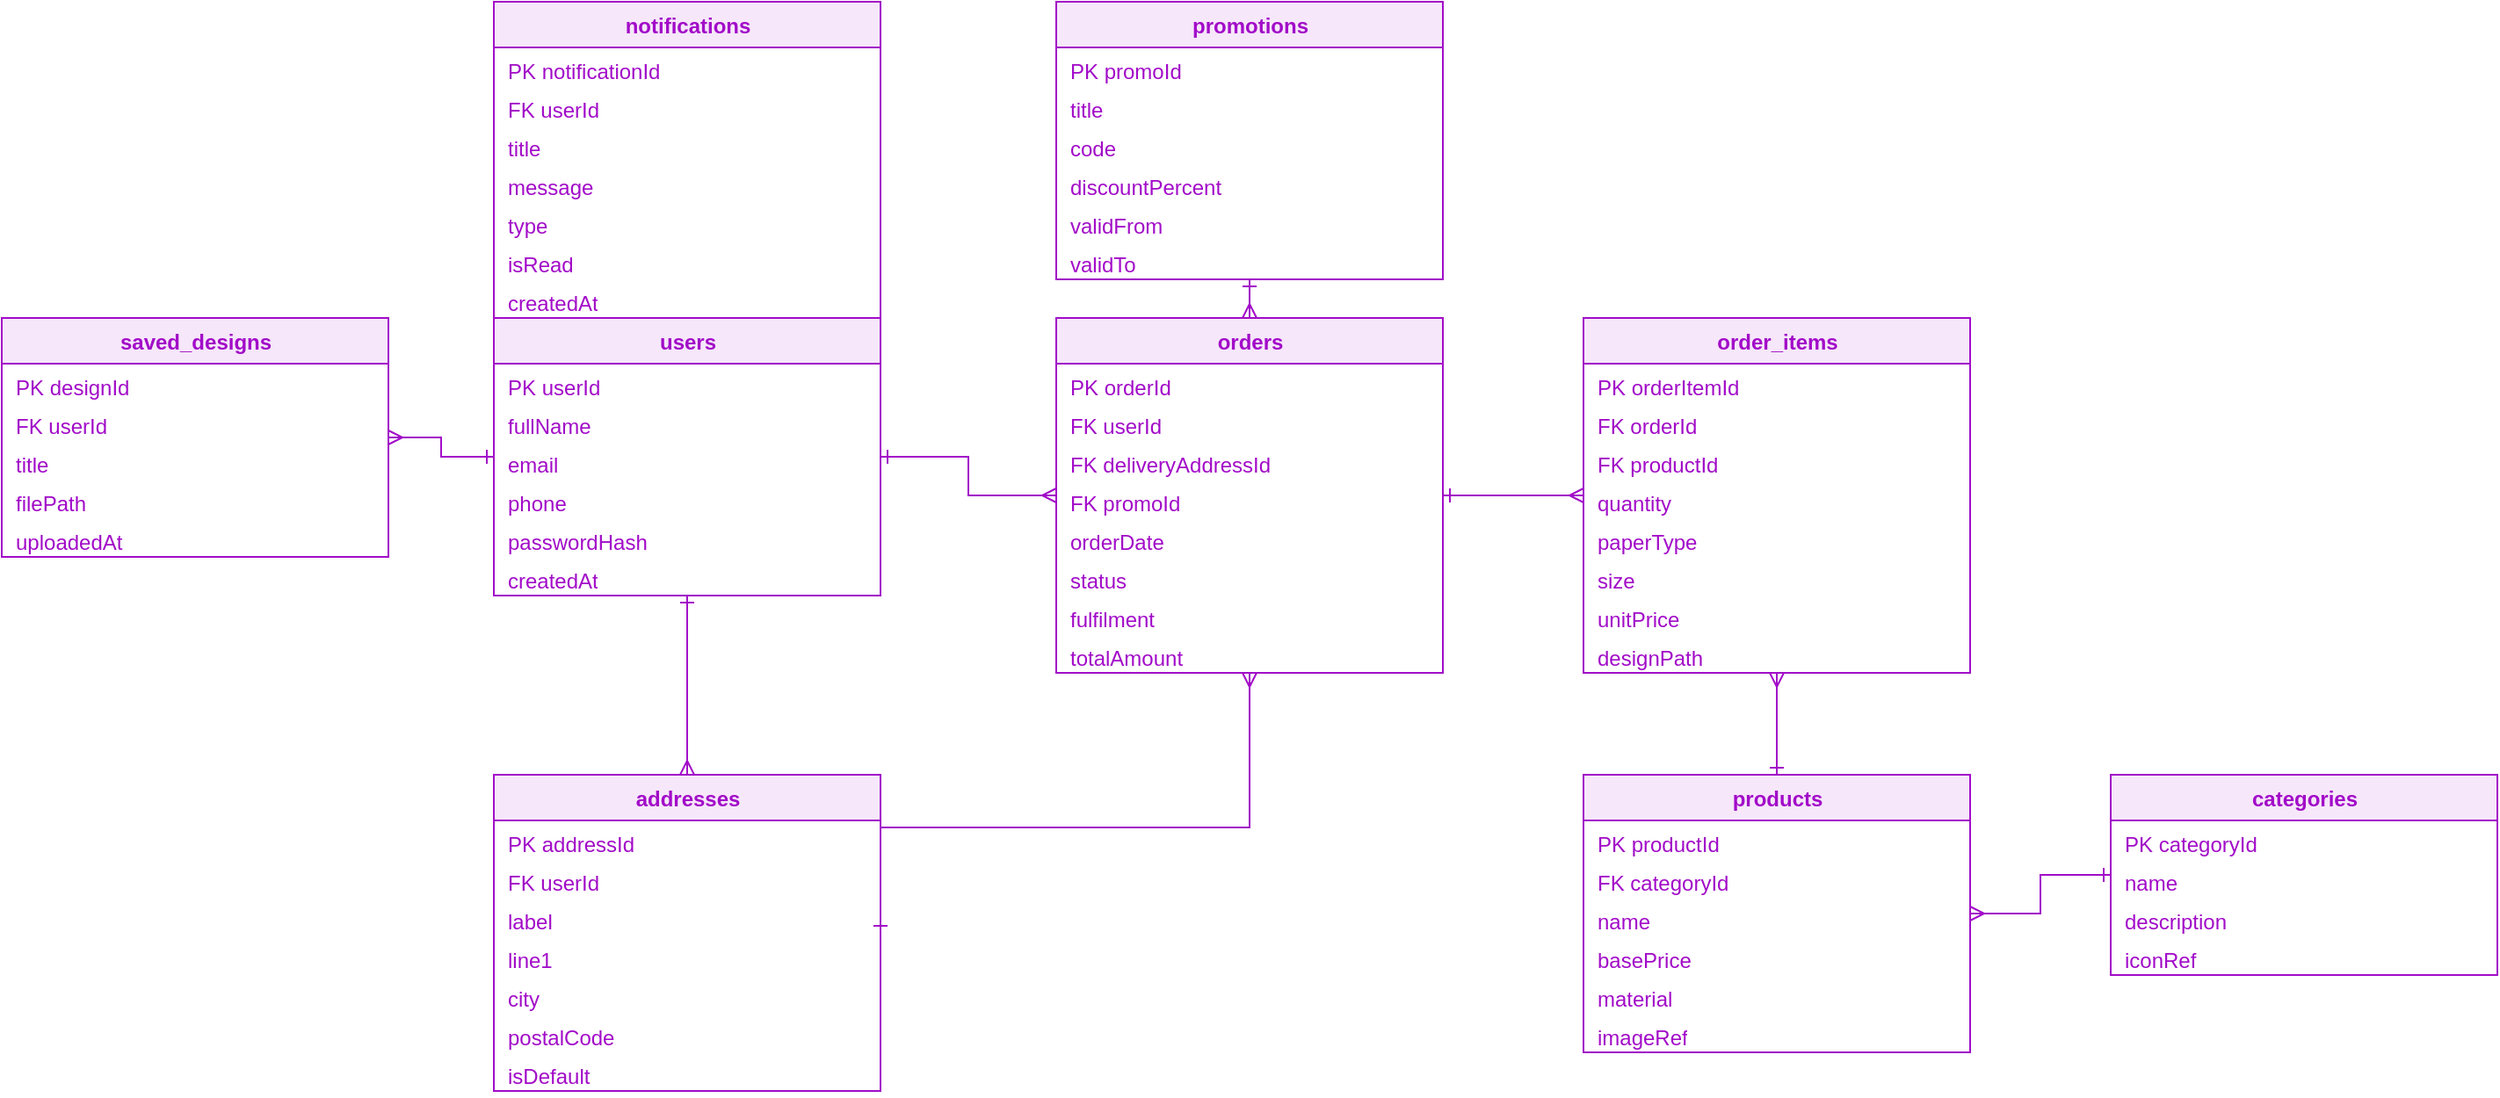
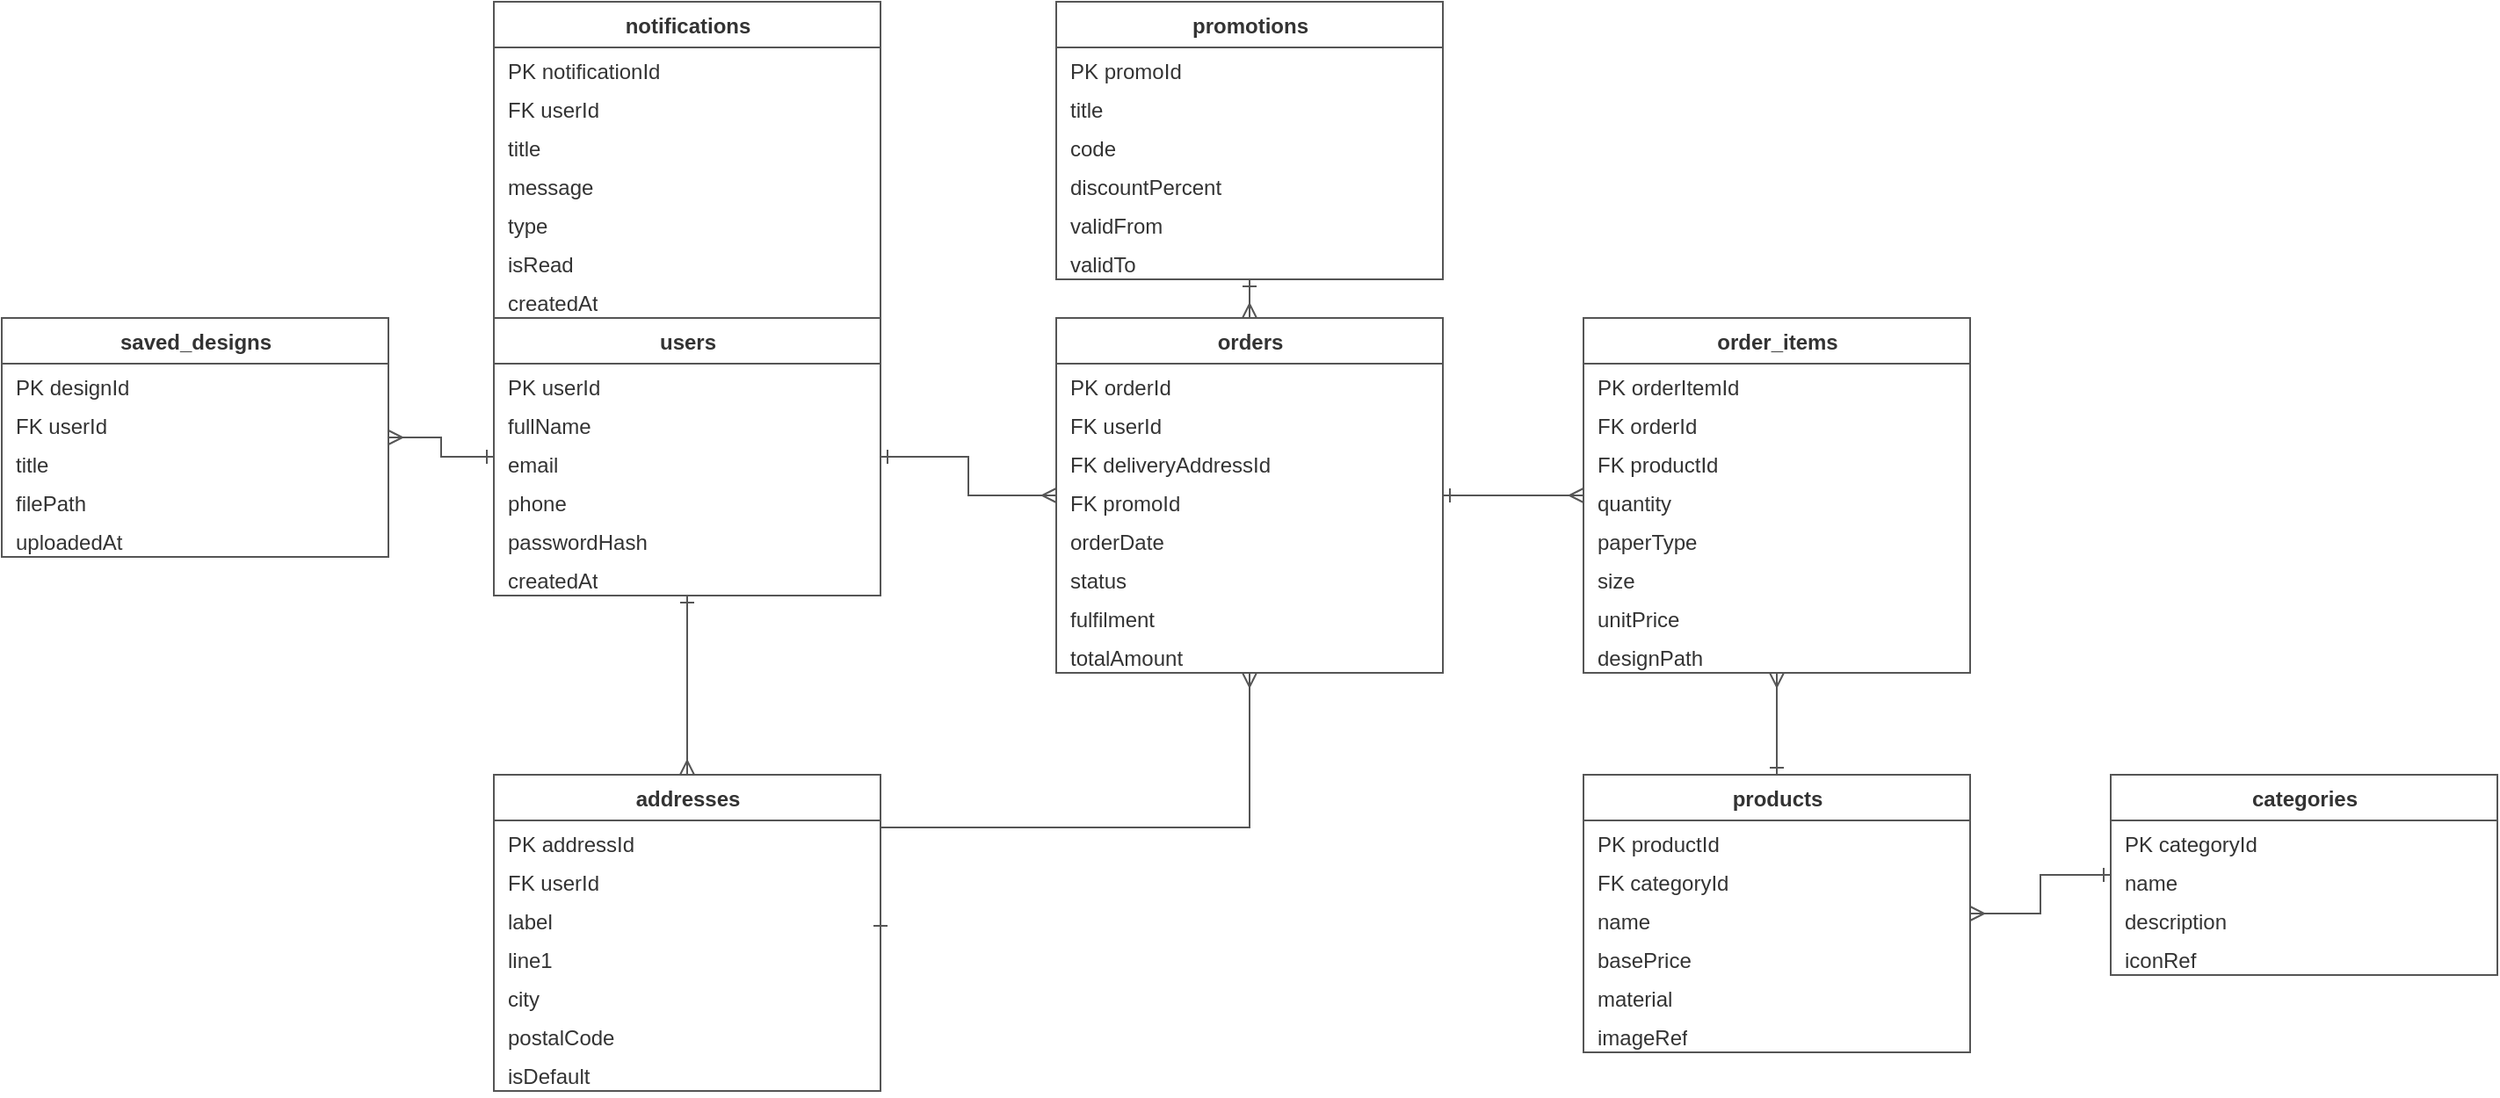
<mxfile host="app.diagrams.net" type="device">
  <diagram id="er" name="ER">
    <mxGraphModel dx="900" dy="700" grid="1" gridSize="10" guides="1" tooltips="1" connect="1" arrows="1" fold="1" page="1" pageScale="1" pageWidth="1500" pageHeight="760" math="0" shadow="0">
      <root>
        <mxCell id="0" />
        <mxCell id="1" parent="0" />
-         <mxCell id="notification" value="notifications" style="swimlane;fontStyle=1;align=center;verticalAlign=top;childLayout=stackLayout;horizontal=1;startSize=26;horizontalStack=0;resizeParent=1;resizeParentMax=0;html=1;fillColor=#F6E7FA;strokeColor=#A20BC8;fontColor=#A20BC8;collapsible=0;" vertex="1" parent="1"><mxGeometry x="320" y="40" width="220" height="180" as="geometry"/></mxCell>
-         <mxCell id="notification-c0" value="PK notificationId" style="text;strokeColor=none;fillColor=none;align=left;verticalAlign=top;spacingLeft=6;spacingRight=6;overflow=hidden;rotatable=0;points=[[0,0.5],[1,0.5]];portConstraint=eastwest;fontColor=#A20BC8;html=1;" vertex="1" parent="notification"><mxGeometry y="26" width="220" height="22" as="geometry"/></mxCell>
-         <mxCell id="notification-c1" value="FK userId" style="text;strokeColor=none;fillColor=none;align=left;verticalAlign=top;spacingLeft=6;spacingRight=6;overflow=hidden;rotatable=0;points=[[0,0.5],[1,0.5]];portConstraint=eastwest;fontColor=#A20BC8;html=1;" vertex="1" parent="notification"><mxGeometry y="48" width="220" height="22" as="geometry"/></mxCell>
-         <mxCell id="notification-c2" value="title" style="text;strokeColor=none;fillColor=none;align=left;verticalAlign=top;spacingLeft=6;spacingRight=6;overflow=hidden;rotatable=0;points=[[0,0.5],[1,0.5]];portConstraint=eastwest;fontColor=#A20BC8;html=1;" vertex="1" parent="notification"><mxGeometry y="70" width="220" height="22" as="geometry"/></mxCell>
-         <mxCell id="notification-c3" value="message" style="text;strokeColor=none;fillColor=none;align=left;verticalAlign=top;spacingLeft=6;spacingRight=6;overflow=hidden;rotatable=0;points=[[0,0.5],[1,0.5]];portConstraint=eastwest;fontColor=#A20BC8;html=1;" vertex="1" parent="notification"><mxGeometry y="92" width="220" height="22" as="geometry"/></mxCell>
-         <mxCell id="notification-c4" value="type" style="text;strokeColor=none;fillColor=none;align=left;verticalAlign=top;spacingLeft=6;spacingRight=6;overflow=hidden;rotatable=0;points=[[0,0.5],[1,0.5]];portConstraint=eastwest;fontColor=#A20BC8;html=1;" vertex="1" parent="notification"><mxGeometry y="114" width="220" height="22" as="geometry"/></mxCell>
-         <mxCell id="notification-c5" value="isRead" style="text;strokeColor=none;fillColor=none;align=left;verticalAlign=top;spacingLeft=6;spacingRight=6;overflow=hidden;rotatable=0;points=[[0,0.5],[1,0.5]];portConstraint=eastwest;fontColor=#A20BC8;html=1;" vertex="1" parent="notification"><mxGeometry y="136" width="220" height="22" as="geometry"/></mxCell>
-         <mxCell id="notification-c6" value="createdAt" style="text;strokeColor=none;fillColor=none;align=left;verticalAlign=top;spacingLeft=6;spacingRight=6;overflow=hidden;rotatable=0;points=[[0,0.5],[1,0.5]];portConstraint=eastwest;fontColor=#A20BC8;html=1;" vertex="1" parent="notification"><mxGeometry y="158" width="220" height="22" as="geometry"/></mxCell>
-         <mxCell id="saveddesign" value="saved_designs" style="swimlane;fontStyle=1;align=center;verticalAlign=top;childLayout=stackLayout;horizontal=1;startSize=26;horizontalStack=0;resizeParent=1;resizeParentMax=0;html=1;fillColor=#F6E7FA;strokeColor=#A20BC8;fontColor=#A20BC8;collapsible=0;" vertex="1" parent="1"><mxGeometry x="40" y="220" width="220" height="136" as="geometry"/></mxCell>
-         <mxCell id="saveddesign-c0" value="PK designId" style="text;strokeColor=none;fillColor=none;align=left;verticalAlign=top;spacingLeft=6;spacingRight=6;overflow=hidden;rotatable=0;points=[[0,0.5],[1,0.5]];portConstraint=eastwest;fontColor=#A20BC8;html=1;" vertex="1" parent="saveddesign"><mxGeometry y="26" width="220" height="22" as="geometry"/></mxCell>
-         <mxCell id="saveddesign-c1" value="FK userId" style="text;strokeColor=none;fillColor=none;align=left;verticalAlign=top;spacingLeft=6;spacingRight=6;overflow=hidden;rotatable=0;points=[[0,0.5],[1,0.5]];portConstraint=eastwest;fontColor=#A20BC8;html=1;" vertex="1" parent="saveddesign"><mxGeometry y="48" width="220" height="22" as="geometry"/></mxCell>
-         <mxCell id="saveddesign-c2" value="title" style="text;strokeColor=none;fillColor=none;align=left;verticalAlign=top;spacingLeft=6;spacingRight=6;overflow=hidden;rotatable=0;points=[[0,0.5],[1,0.5]];portConstraint=eastwest;fontColor=#A20BC8;html=1;" vertex="1" parent="saveddesign"><mxGeometry y="70" width="220" height="22" as="geometry"/></mxCell>
-         <mxCell id="saveddesign-c3" value="filePath" style="text;strokeColor=none;fillColor=none;align=left;verticalAlign=top;spacingLeft=6;spacingRight=6;overflow=hidden;rotatable=0;points=[[0,0.5],[1,0.5]];portConstraint=eastwest;fontColor=#A20BC8;html=1;" vertex="1" parent="saveddesign"><mxGeometry y="92" width="220" height="22" as="geometry"/></mxCell>
-         <mxCell id="saveddesign-c4" value="uploadedAt" style="text;strokeColor=none;fillColor=none;align=left;verticalAlign=top;spacingLeft=6;spacingRight=6;overflow=hidden;rotatable=0;points=[[0,0.5],[1,0.5]];portConstraint=eastwest;fontColor=#A20BC8;html=1;" vertex="1" parent="saveddesign"><mxGeometry y="114" width="220" height="22" as="geometry"/></mxCell>
-         <mxCell id="user" value="users" style="swimlane;fontStyle=1;align=center;verticalAlign=top;childLayout=stackLayout;horizontal=1;startSize=26;horizontalStack=0;resizeParent=1;resizeParentMax=0;html=1;fillColor=#F6E7FA;strokeColor=#A20BC8;fontColor=#A20BC8;collapsible=0;" vertex="1" parent="1"><mxGeometry x="320" y="220" width="220" height="158" as="geometry"/></mxCell>
-         <mxCell id="user-c0" value="PK userId" style="text;strokeColor=none;fillColor=none;align=left;verticalAlign=top;spacingLeft=6;spacingRight=6;overflow=hidden;rotatable=0;points=[[0,0.5],[1,0.5]];portConstraint=eastwest;fontColor=#A20BC8;html=1;" vertex="1" parent="user"><mxGeometry y="26" width="220" height="22" as="geometry"/></mxCell>
-         <mxCell id="user-c1" value="fullName" style="text;strokeColor=none;fillColor=none;align=left;verticalAlign=top;spacingLeft=6;spacingRight=6;overflow=hidden;rotatable=0;points=[[0,0.5],[1,0.5]];portConstraint=eastwest;fontColor=#A20BC8;html=1;" vertex="1" parent="user"><mxGeometry y="48" width="220" height="22" as="geometry"/></mxCell>
-         <mxCell id="user-c2" value="email" style="text;strokeColor=none;fillColor=none;align=left;verticalAlign=top;spacingLeft=6;spacingRight=6;overflow=hidden;rotatable=0;points=[[0,0.5],[1,0.5]];portConstraint=eastwest;fontColor=#A20BC8;html=1;" vertex="1" parent="user"><mxGeometry y="70" width="220" height="22" as="geometry"/></mxCell>
-         <mxCell id="user-c3" value="phone" style="text;strokeColor=none;fillColor=none;align=left;verticalAlign=top;spacingLeft=6;spacingRight=6;overflow=hidden;rotatable=0;points=[[0,0.5],[1,0.5]];portConstraint=eastwest;fontColor=#A20BC8;html=1;" vertex="1" parent="user"><mxGeometry y="92" width="220" height="22" as="geometry"/></mxCell>
-         <mxCell id="user-c4" value="passwordHash" style="text;strokeColor=none;fillColor=none;align=left;verticalAlign=top;spacingLeft=6;spacingRight=6;overflow=hidden;rotatable=0;points=[[0,0.5],[1,0.5]];portConstraint=eastwest;fontColor=#A20BC8;html=1;" vertex="1" parent="user"><mxGeometry y="114" width="220" height="22" as="geometry"/></mxCell>
-         <mxCell id="user-c5" value="createdAt" style="text;strokeColor=none;fillColor=none;align=left;verticalAlign=top;spacingLeft=6;spacingRight=6;overflow=hidden;rotatable=0;points=[[0,0.5],[1,0.5]];portConstraint=eastwest;fontColor=#A20BC8;html=1;" vertex="1" parent="user"><mxGeometry y="136" width="220" height="22" as="geometry"/></mxCell>
-         <mxCell id="orders" value="orders" style="swimlane;fontStyle=1;align=center;verticalAlign=top;childLayout=stackLayout;horizontal=1;startSize=26;horizontalStack=0;resizeParent=1;resizeParentMax=0;html=1;fillColor=#F6E7FA;strokeColor=#A20BC8;fontColor=#A20BC8;collapsible=0;" vertex="1" parent="1"><mxGeometry x="640" y="220" width="220" height="202" as="geometry"/></mxCell>
-         <mxCell id="orders-c0" value="PK orderId" style="text;strokeColor=none;fillColor=none;align=left;verticalAlign=top;spacingLeft=6;spacingRight=6;overflow=hidden;rotatable=0;points=[[0,0.5],[1,0.5]];portConstraint=eastwest;fontColor=#A20BC8;html=1;" vertex="1" parent="orders"><mxGeometry y="26" width="220" height="22" as="geometry"/></mxCell>
-         <mxCell id="orders-c1" value="FK userId" style="text;strokeColor=none;fillColor=none;align=left;verticalAlign=top;spacingLeft=6;spacingRight=6;overflow=hidden;rotatable=0;points=[[0,0.5],[1,0.5]];portConstraint=eastwest;fontColor=#A20BC8;html=1;" vertex="1" parent="orders"><mxGeometry y="48" width="220" height="22" as="geometry"/></mxCell>
-         <mxCell id="orders-c2" value="FK deliveryAddressId" style="text;strokeColor=none;fillColor=none;align=left;verticalAlign=top;spacingLeft=6;spacingRight=6;overflow=hidden;rotatable=0;points=[[0,0.5],[1,0.5]];portConstraint=eastwest;fontColor=#A20BC8;html=1;" vertex="1" parent="orders"><mxGeometry y="70" width="220" height="22" as="geometry"/></mxCell>
-         <mxCell id="orders-c3" value="FK promoId" style="text;strokeColor=none;fillColor=none;align=left;verticalAlign=top;spacingLeft=6;spacingRight=6;overflow=hidden;rotatable=0;points=[[0,0.5],[1,0.5]];portConstraint=eastwest;fontColor=#A20BC8;html=1;" vertex="1" parent="orders"><mxGeometry y="92" width="220" height="22" as="geometry"/></mxCell>
-         <mxCell id="orders-c4" value="orderDate" style="text;strokeColor=none;fillColor=none;align=left;verticalAlign=top;spacingLeft=6;spacingRight=6;overflow=hidden;rotatable=0;points=[[0,0.5],[1,0.5]];portConstraint=eastwest;fontColor=#A20BC8;html=1;" vertex="1" parent="orders"><mxGeometry y="114" width="220" height="22" as="geometry"/></mxCell>
-         <mxCell id="orders-c5" value="status" style="text;strokeColor=none;fillColor=none;align=left;verticalAlign=top;spacingLeft=6;spacingRight=6;overflow=hidden;rotatable=0;points=[[0,0.5],[1,0.5]];portConstraint=eastwest;fontColor=#A20BC8;html=1;" vertex="1" parent="orders"><mxGeometry y="136" width="220" height="22" as="geometry"/></mxCell>
-         <mxCell id="orders-c6" value="fulfilment" style="text;strokeColor=none;fillColor=none;align=left;verticalAlign=top;spacingLeft=6;spacingRight=6;overflow=hidden;rotatable=0;points=[[0,0.5],[1,0.5]];portConstraint=eastwest;fontColor=#A20BC8;html=1;" vertex="1" parent="orders"><mxGeometry y="158" width="220" height="22" as="geometry"/></mxCell>
-         <mxCell id="orders-c7" value="totalAmount" style="text;strokeColor=none;fillColor=none;align=left;verticalAlign=top;spacingLeft=6;spacingRight=6;overflow=hidden;rotatable=0;points=[[0,0.5],[1,0.5]];portConstraint=eastwest;fontColor=#A20BC8;html=1;" vertex="1" parent="orders"><mxGeometry y="180" width="220" height="22" as="geometry"/></mxCell>
-         <mxCell id="address" value="addresses" style="swimlane;fontStyle=1;align=center;verticalAlign=top;childLayout=stackLayout;horizontal=1;startSize=26;horizontalStack=0;resizeParent=1;resizeParentMax=0;html=1;fillColor=#F6E7FA;strokeColor=#A20BC8;fontColor=#A20BC8;collapsible=0;" vertex="1" parent="1"><mxGeometry x="320" y="480" width="220" height="180" as="geometry"/></mxCell>
-         <mxCell id="address-c0" value="PK addressId" style="text;strokeColor=none;fillColor=none;align=left;verticalAlign=top;spacingLeft=6;spacingRight=6;overflow=hidden;rotatable=0;points=[[0,0.5],[1,0.5]];portConstraint=eastwest;fontColor=#A20BC8;html=1;" vertex="1" parent="address"><mxGeometry y="26" width="220" height="22" as="geometry"/></mxCell>
-         <mxCell id="address-c1" value="FK userId" style="text;strokeColor=none;fillColor=none;align=left;verticalAlign=top;spacingLeft=6;spacingRight=6;overflow=hidden;rotatable=0;points=[[0,0.5],[1,0.5]];portConstraint=eastwest;fontColor=#A20BC8;html=1;" vertex="1" parent="address"><mxGeometry y="48" width="220" height="22" as="geometry"/></mxCell>
-         <mxCell id="address-c2" value="label" style="text;strokeColor=none;fillColor=none;align=left;verticalAlign=top;spacingLeft=6;spacingRight=6;overflow=hidden;rotatable=0;points=[[0,0.5],[1,0.5]];portConstraint=eastwest;fontColor=#A20BC8;html=1;" vertex="1" parent="address"><mxGeometry y="70" width="220" height="22" as="geometry"/></mxCell>
-         <mxCell id="address-c3" value="line1" style="text;strokeColor=none;fillColor=none;align=left;verticalAlign=top;spacingLeft=6;spacingRight=6;overflow=hidden;rotatable=0;points=[[0,0.5],[1,0.5]];portConstraint=eastwest;fontColor=#A20BC8;html=1;" vertex="1" parent="address"><mxGeometry y="92" width="220" height="22" as="geometry"/></mxCell>
-         <mxCell id="address-c4" value="city" style="text;strokeColor=none;fillColor=none;align=left;verticalAlign=top;spacingLeft=6;spacingRight=6;overflow=hidden;rotatable=0;points=[[0,0.5],[1,0.5]];portConstraint=eastwest;fontColor=#A20BC8;html=1;" vertex="1" parent="address"><mxGeometry y="114" width="220" height="22" as="geometry"/></mxCell>
-         <mxCell id="address-c5" value="postalCode" style="text;strokeColor=none;fillColor=none;align=left;verticalAlign=top;spacingLeft=6;spacingRight=6;overflow=hidden;rotatable=0;points=[[0,0.5],[1,0.5]];portConstraint=eastwest;fontColor=#A20BC8;html=1;" vertex="1" parent="address"><mxGeometry y="136" width="220" height="22" as="geometry"/></mxCell>
-         <mxCell id="address-c6" value="isDefault" style="text;strokeColor=none;fillColor=none;align=left;verticalAlign=top;spacingLeft=6;spacingRight=6;overflow=hidden;rotatable=0;points=[[0,0.5],[1,0.5]];portConstraint=eastwest;fontColor=#A20BC8;html=1;" vertex="1" parent="address"><mxGeometry y="158" width="220" height="22" as="geometry"/></mxCell>
-         <mxCell id="promotion" value="promotions" style="swimlane;fontStyle=1;align=center;verticalAlign=top;childLayout=stackLayout;horizontal=1;startSize=26;horizontalStack=0;resizeParent=1;resizeParentMax=0;html=1;fillColor=#F6E7FA;strokeColor=#A20BC8;fontColor=#A20BC8;collapsible=0;" vertex="1" parent="1"><mxGeometry x="640" y="40" width="220" height="158" as="geometry"/></mxCell>
-         <mxCell id="promotion-c0" value="PK promoId" style="text;strokeColor=none;fillColor=none;align=left;verticalAlign=top;spacingLeft=6;spacingRight=6;overflow=hidden;rotatable=0;points=[[0,0.5],[1,0.5]];portConstraint=eastwest;fontColor=#A20BC8;html=1;" vertex="1" parent="promotion"><mxGeometry y="26" width="220" height="22" as="geometry"/></mxCell>
-         <mxCell id="promotion-c1" value="title" style="text;strokeColor=none;fillColor=none;align=left;verticalAlign=top;spacingLeft=6;spacingRight=6;overflow=hidden;rotatable=0;points=[[0,0.5],[1,0.5]];portConstraint=eastwest;fontColor=#A20BC8;html=1;" vertex="1" parent="promotion"><mxGeometry y="48" width="220" height="22" as="geometry"/></mxCell>
-         <mxCell id="promotion-c2" value="code" style="text;strokeColor=none;fillColor=none;align=left;verticalAlign=top;spacingLeft=6;spacingRight=6;overflow=hidden;rotatable=0;points=[[0,0.5],[1,0.5]];portConstraint=eastwest;fontColor=#A20BC8;html=1;" vertex="1" parent="promotion"><mxGeometry y="70" width="220" height="22" as="geometry"/></mxCell>
-         <mxCell id="promotion-c3" value="discountPercent" style="text;strokeColor=none;fillColor=none;align=left;verticalAlign=top;spacingLeft=6;spacingRight=6;overflow=hidden;rotatable=0;points=[[0,0.5],[1,0.5]];portConstraint=eastwest;fontColor=#A20BC8;html=1;" vertex="1" parent="promotion"><mxGeometry y="92" width="220" height="22" as="geometry"/></mxCell>
-         <mxCell id="promotion-c4" value="validFrom" style="text;strokeColor=none;fillColor=none;align=left;verticalAlign=top;spacingLeft=6;spacingRight=6;overflow=hidden;rotatable=0;points=[[0,0.5],[1,0.5]];portConstraint=eastwest;fontColor=#A20BC8;html=1;" vertex="1" parent="promotion"><mxGeometry y="114" width="220" height="22" as="geometry"/></mxCell>
-         <mxCell id="promotion-c5" value="validTo" style="text;strokeColor=none;fillColor=none;align=left;verticalAlign=top;spacingLeft=6;spacingRight=6;overflow=hidden;rotatable=0;points=[[0,0.5],[1,0.5]];portConstraint=eastwest;fontColor=#A20BC8;html=1;" vertex="1" parent="promotion"><mxGeometry y="136" width="220" height="22" as="geometry"/></mxCell>
-         <mxCell id="orderitem" value="order_items" style="swimlane;fontStyle=1;align=center;verticalAlign=top;childLayout=stackLayout;horizontal=1;startSize=26;horizontalStack=0;resizeParent=1;resizeParentMax=0;html=1;fillColor=#F6E7FA;strokeColor=#A20BC8;fontColor=#A20BC8;collapsible=0;" vertex="1" parent="1"><mxGeometry x="940" y="220" width="220" height="202" as="geometry"/></mxCell>
-         <mxCell id="orderitem-c0" value="PK orderItemId" style="text;strokeColor=none;fillColor=none;align=left;verticalAlign=top;spacingLeft=6;spacingRight=6;overflow=hidden;rotatable=0;points=[[0,0.5],[1,0.5]];portConstraint=eastwest;fontColor=#A20BC8;html=1;" vertex="1" parent="orderitem"><mxGeometry y="26" width="220" height="22" as="geometry"/></mxCell>
-         <mxCell id="orderitem-c1" value="FK orderId" style="text;strokeColor=none;fillColor=none;align=left;verticalAlign=top;spacingLeft=6;spacingRight=6;overflow=hidden;rotatable=0;points=[[0,0.5],[1,0.5]];portConstraint=eastwest;fontColor=#A20BC8;html=1;" vertex="1" parent="orderitem"><mxGeometry y="48" width="220" height="22" as="geometry"/></mxCell>
-         <mxCell id="orderitem-c2" value="FK productId" style="text;strokeColor=none;fillColor=none;align=left;verticalAlign=top;spacingLeft=6;spacingRight=6;overflow=hidden;rotatable=0;points=[[0,0.5],[1,0.5]];portConstraint=eastwest;fontColor=#A20BC8;html=1;" vertex="1" parent="orderitem"><mxGeometry y="70" width="220" height="22" as="geometry"/></mxCell>
-         <mxCell id="orderitem-c3" value="quantity" style="text;strokeColor=none;fillColor=none;align=left;verticalAlign=top;spacingLeft=6;spacingRight=6;overflow=hidden;rotatable=0;points=[[0,0.5],[1,0.5]];portConstraint=eastwest;fontColor=#A20BC8;html=1;" vertex="1" parent="orderitem"><mxGeometry y="92" width="220" height="22" as="geometry"/></mxCell>
-         <mxCell id="orderitem-c4" value="paperType" style="text;strokeColor=none;fillColor=none;align=left;verticalAlign=top;spacingLeft=6;spacingRight=6;overflow=hidden;rotatable=0;points=[[0,0.5],[1,0.5]];portConstraint=eastwest;fontColor=#A20BC8;html=1;" vertex="1" parent="orderitem"><mxGeometry y="114" width="220" height="22" as="geometry"/></mxCell>
-         <mxCell id="orderitem-c5" value="size" style="text;strokeColor=none;fillColor=none;align=left;verticalAlign=top;spacingLeft=6;spacingRight=6;overflow=hidden;rotatable=0;points=[[0,0.5],[1,0.5]];portConstraint=eastwest;fontColor=#A20BC8;html=1;" vertex="1" parent="orderitem"><mxGeometry y="136" width="220" height="22" as="geometry"/></mxCell>
-         <mxCell id="orderitem-c6" value="unitPrice" style="text;strokeColor=none;fillColor=none;align=left;verticalAlign=top;spacingLeft=6;spacingRight=6;overflow=hidden;rotatable=0;points=[[0,0.5],[1,0.5]];portConstraint=eastwest;fontColor=#A20BC8;html=1;" vertex="1" parent="orderitem"><mxGeometry y="158" width="220" height="22" as="geometry"/></mxCell>
-         <mxCell id="orderitem-c7" value="designPath" style="text;strokeColor=none;fillColor=none;align=left;verticalAlign=top;spacingLeft=6;spacingRight=6;overflow=hidden;rotatable=0;points=[[0,0.5],[1,0.5]];portConstraint=eastwest;fontColor=#A20BC8;html=1;" vertex="1" parent="orderitem"><mxGeometry y="180" width="220" height="22" as="geometry"/></mxCell>
-         <mxCell id="product" value="products" style="swimlane;fontStyle=1;align=center;verticalAlign=top;childLayout=stackLayout;horizontal=1;startSize=26;horizontalStack=0;resizeParent=1;resizeParentMax=0;html=1;fillColor=#F6E7FA;strokeColor=#A20BC8;fontColor=#A20BC8;collapsible=0;" vertex="1" parent="1"><mxGeometry x="940" y="480" width="220" height="158" as="geometry"/></mxCell>
-         <mxCell id="product-c0" value="PK productId" style="text;strokeColor=none;fillColor=none;align=left;verticalAlign=top;spacingLeft=6;spacingRight=6;overflow=hidden;rotatable=0;points=[[0,0.5],[1,0.5]];portConstraint=eastwest;fontColor=#A20BC8;html=1;" vertex="1" parent="product"><mxGeometry y="26" width="220" height="22" as="geometry"/></mxCell>
-         <mxCell id="product-c1" value="FK categoryId" style="text;strokeColor=none;fillColor=none;align=left;verticalAlign=top;spacingLeft=6;spacingRight=6;overflow=hidden;rotatable=0;points=[[0,0.5],[1,0.5]];portConstraint=eastwest;fontColor=#A20BC8;html=1;" vertex="1" parent="product"><mxGeometry y="48" width="220" height="22" as="geometry"/></mxCell>
-         <mxCell id="product-c2" value="name" style="text;strokeColor=none;fillColor=none;align=left;verticalAlign=top;spacingLeft=6;spacingRight=6;overflow=hidden;rotatable=0;points=[[0,0.5],[1,0.5]];portConstraint=eastwest;fontColor=#A20BC8;html=1;" vertex="1" parent="product"><mxGeometry y="70" width="220" height="22" as="geometry"/></mxCell>
-         <mxCell id="product-c3" value="basePrice" style="text;strokeColor=none;fillColor=none;align=left;verticalAlign=top;spacingLeft=6;spacingRight=6;overflow=hidden;rotatable=0;points=[[0,0.5],[1,0.5]];portConstraint=eastwest;fontColor=#A20BC8;html=1;" vertex="1" parent="product"><mxGeometry y="92" width="220" height="22" as="geometry"/></mxCell>
-         <mxCell id="product-c4" value="material" style="text;strokeColor=none;fillColor=none;align=left;verticalAlign=top;spacingLeft=6;spacingRight=6;overflow=hidden;rotatable=0;points=[[0,0.5],[1,0.5]];portConstraint=eastwest;fontColor=#A20BC8;html=1;" vertex="1" parent="product"><mxGeometry y="114" width="220" height="22" as="geometry"/></mxCell>
-         <mxCell id="product-c5" value="imageRef" style="text;strokeColor=none;fillColor=none;align=left;verticalAlign=top;spacingLeft=6;spacingRight=6;overflow=hidden;rotatable=0;points=[[0,0.5],[1,0.5]];portConstraint=eastwest;fontColor=#A20BC8;html=1;" vertex="1" parent="product"><mxGeometry y="136" width="220" height="22" as="geometry"/></mxCell>
-         <mxCell id="category" value="categories" style="swimlane;fontStyle=1;align=center;verticalAlign=top;childLayout=stackLayout;horizontal=1;startSize=26;horizontalStack=0;resizeParent=1;resizeParentMax=0;html=1;fillColor=#F6E7FA;strokeColor=#A20BC8;fontColor=#A20BC8;collapsible=0;" vertex="1" parent="1"><mxGeometry x="1240" y="480" width="220" height="114" as="geometry"/></mxCell>
-         <mxCell id="category-c0" value="PK categoryId" style="text;strokeColor=none;fillColor=none;align=left;verticalAlign=top;spacingLeft=6;spacingRight=6;overflow=hidden;rotatable=0;points=[[0,0.5],[1,0.5]];portConstraint=eastwest;fontColor=#A20BC8;html=1;" vertex="1" parent="category"><mxGeometry y="26" width="220" height="22" as="geometry"/></mxCell>
-         <mxCell id="category-c1" value="name" style="text;strokeColor=none;fillColor=none;align=left;verticalAlign=top;spacingLeft=6;spacingRight=6;overflow=hidden;rotatable=0;points=[[0,0.5],[1,0.5]];portConstraint=eastwest;fontColor=#A20BC8;html=1;" vertex="1" parent="category"><mxGeometry y="48" width="220" height="22" as="geometry"/></mxCell>
-         <mxCell id="category-c2" value="description" style="text;strokeColor=none;fillColor=none;align=left;verticalAlign=top;spacingLeft=6;spacingRight=6;overflow=hidden;rotatable=0;points=[[0,0.5],[1,0.5]];portConstraint=eastwest;fontColor=#A20BC8;html=1;" vertex="1" parent="category"><mxGeometry y="70" width="220" height="22" as="geometry"/></mxCell>
-         <mxCell id="category-c3" value="iconRef" style="text;strokeColor=none;fillColor=none;align=left;verticalAlign=top;spacingLeft=6;spacingRight=6;overflow=hidden;rotatable=0;points=[[0,0.5],[1,0.5]];portConstraint=eastwest;fontColor=#A20BC8;html=1;" vertex="1" parent="category"><mxGeometry y="92" width="220" height="22" as="geometry"/></mxCell>
-         <mxCell id="e1" value="" style="edgeStyle=orthogonalEdgeStyle;rounded=0;html=1;strokeColor=#A20BC8;fontColor=#A20BC8;startArrow=ERone;startFill=0;endArrow=ERmany;endFill=0;exitX=0.5;exitY=0;exitDx=0;exitDy=0;entryX=0.5;entryY=1;entryDx=0;entryDy=0;" edge="1" parent="1" source="user" target="notification"><mxGeometry relative="1" as="geometry"></mxGeometry></mxCell>
-         <mxCell id="e2" value="" style="edgeStyle=orthogonalEdgeStyle;rounded=0;html=1;strokeColor=#A20BC8;fontColor=#A20BC8;startArrow=ERone;startFill=0;endArrow=ERmany;endFill=0;exitX=0.5;exitY=1;exitDx=0;exitDy=0;entryX=0.5;entryY=0;entryDx=0;entryDy=0;" edge="1" parent="1" source="user" target="address"><mxGeometry relative="1" as="geometry"></mxGeometry></mxCell>
-         <mxCell id="e3" value="" style="edgeStyle=orthogonalEdgeStyle;rounded=0;html=1;strokeColor=#A20BC8;fontColor=#A20BC8;startArrow=ERone;startFill=0;endArrow=ERmany;endFill=0;exitX=0;exitY=0.5;exitDx=0;exitDy=0;entryX=1;entryY=0.5;entryDx=0;entryDy=0;" edge="1" parent="1" source="user" target="saveddesign"><mxGeometry relative="1" as="geometry"></mxGeometry></mxCell>
-         <mxCell id="e4" value="" style="edgeStyle=orthogonalEdgeStyle;rounded=0;html=1;strokeColor=#A20BC8;fontColor=#A20BC8;startArrow=ERone;startFill=0;endArrow=ERmany;endFill=0;exitX=1;exitY=0.5;exitDx=0;exitDy=0;entryX=0;entryY=0.5;entryDx=0;entryDy=0;" edge="1" parent="1" source="user" target="orders"><mxGeometry relative="1" as="geometry"></mxGeometry></mxCell>
-         <mxCell id="e5" value="" style="edgeStyle=orthogonalEdgeStyle;rounded=0;html=1;strokeColor=#A20BC8;fontColor=#A20BC8;startArrow=ERone;startFill=0;endArrow=ERmany;endFill=0;exitX=0.5;exitY=1;exitDx=0;exitDy=0;entryX=0.5;entryY=0;entryDx=0;entryDy=0;" edge="1" parent="1" source="promotion" target="orders"><mxGeometry relative="1" as="geometry"></mxGeometry></mxCell>
-         <mxCell id="e6" value="" style="edgeStyle=orthogonalEdgeStyle;rounded=0;html=1;strokeColor=#A20BC8;fontColor=#A20BC8;startArrow=ERone;startFill=0;endArrow=ERmany;endFill=0;exitX=1;exitY=0.5;exitDx=0;exitDy=0;entryX=0;entryY=0.5;entryDx=0;entryDy=0;" edge="1" parent="1" source="orders" target="orderitem"><mxGeometry relative="1" as="geometry"></mxGeometry></mxCell>
-         <mxCell id="e7" value="" style="edgeStyle=orthogonalEdgeStyle;rounded=0;html=1;strokeColor=#A20BC8;fontColor=#A20BC8;startArrow=ERone;startFill=0;endArrow=ERmany;endFill=0;exitX=0.5;exitY=0;exitDx=0;exitDy=0;entryX=0.5;entryY=1;entryDx=0;entryDy=0;" edge="1" parent="1" source="product" target="orderitem"><mxGeometry relative="1" as="geometry"></mxGeometry></mxCell>
-         <mxCell id="e8" value="" style="edgeStyle=orthogonalEdgeStyle;rounded=0;html=1;strokeColor=#A20BC8;fontColor=#A20BC8;startArrow=ERone;startFill=0;endArrow=ERmany;endFill=0;exitX=0;exitY=0.5;exitDx=0;exitDy=0;entryX=1;entryY=0.5;entryDx=0;entryDy=0;" edge="1" parent="1" source="category" target="product"><mxGeometry relative="1" as="geometry"></mxGeometry></mxCell>
-         <mxCell id="e9" value="" style="edgeStyle=orthogonalEdgeStyle;rounded=0;html=1;strokeColor=#A20BC8;fontColor=#A20BC8;startArrow=ERone;startFill=0;endArrow=ERmany;endFill=0;exitX=1;exitY=0.5;exitDx=0;exitDy=0;entryX=0.5;entryY=1;entryDx=0;entryDy=0;" edge="1" parent="1" source="address" target="orders"><mxGeometry relative="1" as="geometry"><Array as="points"><mxPoint x="750" y="510"/></Array></mxGeometry></mxCell>
+         <mxCell id="notification" value="notifications" style="swimlane;fontStyle=1;align=center;verticalAlign=top;childLayout=stackLayout;horizontal=1;startSize=26;horizontalStack=0;resizeParent=1;resizeParentMax=0;html=1;fillColor=#FFFFFF;strokeColor=#555555;fontColor=#333333;collapsible=0;" vertex="1" parent="1"><mxGeometry x="320" y="40" width="220" height="180" as="geometry"/></mxCell>
+         <mxCell id="notification-c0" value="PK notificationId" style="text;strokeColor=none;fillColor=none;align=left;verticalAlign=top;spacingLeft=6;spacingRight=6;overflow=hidden;rotatable=0;points=[[0,0.5],[1,0.5]];portConstraint=eastwest;fontColor=#333333;html=1;" vertex="1" parent="notification"><mxGeometry y="26" width="220" height="22" as="geometry"/></mxCell>
+         <mxCell id="notification-c1" value="FK userId" style="text;strokeColor=none;fillColor=none;align=left;verticalAlign=top;spacingLeft=6;spacingRight=6;overflow=hidden;rotatable=0;points=[[0,0.5],[1,0.5]];portConstraint=eastwest;fontColor=#333333;html=1;" vertex="1" parent="notification"><mxGeometry y="48" width="220" height="22" as="geometry"/></mxCell>
+         <mxCell id="notification-c2" value="title" style="text;strokeColor=none;fillColor=none;align=left;verticalAlign=top;spacingLeft=6;spacingRight=6;overflow=hidden;rotatable=0;points=[[0,0.5],[1,0.5]];portConstraint=eastwest;fontColor=#333333;html=1;" vertex="1" parent="notification"><mxGeometry y="70" width="220" height="22" as="geometry"/></mxCell>
+         <mxCell id="notification-c3" value="message" style="text;strokeColor=none;fillColor=none;align=left;verticalAlign=top;spacingLeft=6;spacingRight=6;overflow=hidden;rotatable=0;points=[[0,0.5],[1,0.5]];portConstraint=eastwest;fontColor=#333333;html=1;" vertex="1" parent="notification"><mxGeometry y="92" width="220" height="22" as="geometry"/></mxCell>
+         <mxCell id="notification-c4" value="type" style="text;strokeColor=none;fillColor=none;align=left;verticalAlign=top;spacingLeft=6;spacingRight=6;overflow=hidden;rotatable=0;points=[[0,0.5],[1,0.5]];portConstraint=eastwest;fontColor=#333333;html=1;" vertex="1" parent="notification"><mxGeometry y="114" width="220" height="22" as="geometry"/></mxCell>
+         <mxCell id="notification-c5" value="isRead" style="text;strokeColor=none;fillColor=none;align=left;verticalAlign=top;spacingLeft=6;spacingRight=6;overflow=hidden;rotatable=0;points=[[0,0.5],[1,0.5]];portConstraint=eastwest;fontColor=#333333;html=1;" vertex="1" parent="notification"><mxGeometry y="136" width="220" height="22" as="geometry"/></mxCell>
+         <mxCell id="notification-c6" value="createdAt" style="text;strokeColor=none;fillColor=none;align=left;verticalAlign=top;spacingLeft=6;spacingRight=6;overflow=hidden;rotatable=0;points=[[0,0.5],[1,0.5]];portConstraint=eastwest;fontColor=#333333;html=1;" vertex="1" parent="notification"><mxGeometry y="158" width="220" height="22" as="geometry"/></mxCell>
+         <mxCell id="saveddesign" value="saved_designs" style="swimlane;fontStyle=1;align=center;verticalAlign=top;childLayout=stackLayout;horizontal=1;startSize=26;horizontalStack=0;resizeParent=1;resizeParentMax=0;html=1;fillColor=#FFFFFF;strokeColor=#555555;fontColor=#333333;collapsible=0;" vertex="1" parent="1"><mxGeometry x="40" y="220" width="220" height="136" as="geometry"/></mxCell>
+         <mxCell id="saveddesign-c0" value="PK designId" style="text;strokeColor=none;fillColor=none;align=left;verticalAlign=top;spacingLeft=6;spacingRight=6;overflow=hidden;rotatable=0;points=[[0,0.5],[1,0.5]];portConstraint=eastwest;fontColor=#333333;html=1;" vertex="1" parent="saveddesign"><mxGeometry y="26" width="220" height="22" as="geometry"/></mxCell>
+         <mxCell id="saveddesign-c1" value="FK userId" style="text;strokeColor=none;fillColor=none;align=left;verticalAlign=top;spacingLeft=6;spacingRight=6;overflow=hidden;rotatable=0;points=[[0,0.5],[1,0.5]];portConstraint=eastwest;fontColor=#333333;html=1;" vertex="1" parent="saveddesign"><mxGeometry y="48" width="220" height="22" as="geometry"/></mxCell>
+         <mxCell id="saveddesign-c2" value="title" style="text;strokeColor=none;fillColor=none;align=left;verticalAlign=top;spacingLeft=6;spacingRight=6;overflow=hidden;rotatable=0;points=[[0,0.5],[1,0.5]];portConstraint=eastwest;fontColor=#333333;html=1;" vertex="1" parent="saveddesign"><mxGeometry y="70" width="220" height="22" as="geometry"/></mxCell>
+         <mxCell id="saveddesign-c3" value="filePath" style="text;strokeColor=none;fillColor=none;align=left;verticalAlign=top;spacingLeft=6;spacingRight=6;overflow=hidden;rotatable=0;points=[[0,0.5],[1,0.5]];portConstraint=eastwest;fontColor=#333333;html=1;" vertex="1" parent="saveddesign"><mxGeometry y="92" width="220" height="22" as="geometry"/></mxCell>
+         <mxCell id="saveddesign-c4" value="uploadedAt" style="text;strokeColor=none;fillColor=none;align=left;verticalAlign=top;spacingLeft=6;spacingRight=6;overflow=hidden;rotatable=0;points=[[0,0.5],[1,0.5]];portConstraint=eastwest;fontColor=#333333;html=1;" vertex="1" parent="saveddesign"><mxGeometry y="114" width="220" height="22" as="geometry"/></mxCell>
+         <mxCell id="user" value="users" style="swimlane;fontStyle=1;align=center;verticalAlign=top;childLayout=stackLayout;horizontal=1;startSize=26;horizontalStack=0;resizeParent=1;resizeParentMax=0;html=1;fillColor=#FFFFFF;strokeColor=#555555;fontColor=#333333;collapsible=0;" vertex="1" parent="1"><mxGeometry x="320" y="220" width="220" height="158" as="geometry"/></mxCell>
+         <mxCell id="user-c0" value="PK userId" style="text;strokeColor=none;fillColor=none;align=left;verticalAlign=top;spacingLeft=6;spacingRight=6;overflow=hidden;rotatable=0;points=[[0,0.5],[1,0.5]];portConstraint=eastwest;fontColor=#333333;html=1;" vertex="1" parent="user"><mxGeometry y="26" width="220" height="22" as="geometry"/></mxCell>
+         <mxCell id="user-c1" value="fullName" style="text;strokeColor=none;fillColor=none;align=left;verticalAlign=top;spacingLeft=6;spacingRight=6;overflow=hidden;rotatable=0;points=[[0,0.5],[1,0.5]];portConstraint=eastwest;fontColor=#333333;html=1;" vertex="1" parent="user"><mxGeometry y="48" width="220" height="22" as="geometry"/></mxCell>
+         <mxCell id="user-c2" value="email" style="text;strokeColor=none;fillColor=none;align=left;verticalAlign=top;spacingLeft=6;spacingRight=6;overflow=hidden;rotatable=0;points=[[0,0.5],[1,0.5]];portConstraint=eastwest;fontColor=#333333;html=1;" vertex="1" parent="user"><mxGeometry y="70" width="220" height="22" as="geometry"/></mxCell>
+         <mxCell id="user-c3" value="phone" style="text;strokeColor=none;fillColor=none;align=left;verticalAlign=top;spacingLeft=6;spacingRight=6;overflow=hidden;rotatable=0;points=[[0,0.5],[1,0.5]];portConstraint=eastwest;fontColor=#333333;html=1;" vertex="1" parent="user"><mxGeometry y="92" width="220" height="22" as="geometry"/></mxCell>
+         <mxCell id="user-c4" value="passwordHash" style="text;strokeColor=none;fillColor=none;align=left;verticalAlign=top;spacingLeft=6;spacingRight=6;overflow=hidden;rotatable=0;points=[[0,0.5],[1,0.5]];portConstraint=eastwest;fontColor=#333333;html=1;" vertex="1" parent="user"><mxGeometry y="114" width="220" height="22" as="geometry"/></mxCell>
+         <mxCell id="user-c5" value="createdAt" style="text;strokeColor=none;fillColor=none;align=left;verticalAlign=top;spacingLeft=6;spacingRight=6;overflow=hidden;rotatable=0;points=[[0,0.5],[1,0.5]];portConstraint=eastwest;fontColor=#333333;html=1;" vertex="1" parent="user"><mxGeometry y="136" width="220" height="22" as="geometry"/></mxCell>
+         <mxCell id="orders" value="orders" style="swimlane;fontStyle=1;align=center;verticalAlign=top;childLayout=stackLayout;horizontal=1;startSize=26;horizontalStack=0;resizeParent=1;resizeParentMax=0;html=1;fillColor=#FFFFFF;strokeColor=#555555;fontColor=#333333;collapsible=0;" vertex="1" parent="1"><mxGeometry x="640" y="220" width="220" height="202" as="geometry"/></mxCell>
+         <mxCell id="orders-c0" value="PK orderId" style="text;strokeColor=none;fillColor=none;align=left;verticalAlign=top;spacingLeft=6;spacingRight=6;overflow=hidden;rotatable=0;points=[[0,0.5],[1,0.5]];portConstraint=eastwest;fontColor=#333333;html=1;" vertex="1" parent="orders"><mxGeometry y="26" width="220" height="22" as="geometry"/></mxCell>
+         <mxCell id="orders-c1" value="FK userId" style="text;strokeColor=none;fillColor=none;align=left;verticalAlign=top;spacingLeft=6;spacingRight=6;overflow=hidden;rotatable=0;points=[[0,0.5],[1,0.5]];portConstraint=eastwest;fontColor=#333333;html=1;" vertex="1" parent="orders"><mxGeometry y="48" width="220" height="22" as="geometry"/></mxCell>
+         <mxCell id="orders-c2" value="FK deliveryAddressId" style="text;strokeColor=none;fillColor=none;align=left;verticalAlign=top;spacingLeft=6;spacingRight=6;overflow=hidden;rotatable=0;points=[[0,0.5],[1,0.5]];portConstraint=eastwest;fontColor=#333333;html=1;" vertex="1" parent="orders"><mxGeometry y="70" width="220" height="22" as="geometry"/></mxCell>
+         <mxCell id="orders-c3" value="FK promoId" style="text;strokeColor=none;fillColor=none;align=left;verticalAlign=top;spacingLeft=6;spacingRight=6;overflow=hidden;rotatable=0;points=[[0,0.5],[1,0.5]];portConstraint=eastwest;fontColor=#333333;html=1;" vertex="1" parent="orders"><mxGeometry y="92" width="220" height="22" as="geometry"/></mxCell>
+         <mxCell id="orders-c4" value="orderDate" style="text;strokeColor=none;fillColor=none;align=left;verticalAlign=top;spacingLeft=6;spacingRight=6;overflow=hidden;rotatable=0;points=[[0,0.5],[1,0.5]];portConstraint=eastwest;fontColor=#333333;html=1;" vertex="1" parent="orders"><mxGeometry y="114" width="220" height="22" as="geometry"/></mxCell>
+         <mxCell id="orders-c5" value="status" style="text;strokeColor=none;fillColor=none;align=left;verticalAlign=top;spacingLeft=6;spacingRight=6;overflow=hidden;rotatable=0;points=[[0,0.5],[1,0.5]];portConstraint=eastwest;fontColor=#333333;html=1;" vertex="1" parent="orders"><mxGeometry y="136" width="220" height="22" as="geometry"/></mxCell>
+         <mxCell id="orders-c6" value="fulfilment" style="text;strokeColor=none;fillColor=none;align=left;verticalAlign=top;spacingLeft=6;spacingRight=6;overflow=hidden;rotatable=0;points=[[0,0.5],[1,0.5]];portConstraint=eastwest;fontColor=#333333;html=1;" vertex="1" parent="orders"><mxGeometry y="158" width="220" height="22" as="geometry"/></mxCell>
+         <mxCell id="orders-c7" value="totalAmount" style="text;strokeColor=none;fillColor=none;align=left;verticalAlign=top;spacingLeft=6;spacingRight=6;overflow=hidden;rotatable=0;points=[[0,0.5],[1,0.5]];portConstraint=eastwest;fontColor=#333333;html=1;" vertex="1" parent="orders"><mxGeometry y="180" width="220" height="22" as="geometry"/></mxCell>
+         <mxCell id="address" value="addresses" style="swimlane;fontStyle=1;align=center;verticalAlign=top;childLayout=stackLayout;horizontal=1;startSize=26;horizontalStack=0;resizeParent=1;resizeParentMax=0;html=1;fillColor=#FFFFFF;strokeColor=#555555;fontColor=#333333;collapsible=0;" vertex="1" parent="1"><mxGeometry x="320" y="480" width="220" height="180" as="geometry"/></mxCell>
+         <mxCell id="address-c0" value="PK addressId" style="text;strokeColor=none;fillColor=none;align=left;verticalAlign=top;spacingLeft=6;spacingRight=6;overflow=hidden;rotatable=0;points=[[0,0.5],[1,0.5]];portConstraint=eastwest;fontColor=#333333;html=1;" vertex="1" parent="address"><mxGeometry y="26" width="220" height="22" as="geometry"/></mxCell>
+         <mxCell id="address-c1" value="FK userId" style="text;strokeColor=none;fillColor=none;align=left;verticalAlign=top;spacingLeft=6;spacingRight=6;overflow=hidden;rotatable=0;points=[[0,0.5],[1,0.5]];portConstraint=eastwest;fontColor=#333333;html=1;" vertex="1" parent="address"><mxGeometry y="48" width="220" height="22" as="geometry"/></mxCell>
+         <mxCell id="address-c2" value="label" style="text;strokeColor=none;fillColor=none;align=left;verticalAlign=top;spacingLeft=6;spacingRight=6;overflow=hidden;rotatable=0;points=[[0,0.5],[1,0.5]];portConstraint=eastwest;fontColor=#333333;html=1;" vertex="1" parent="address"><mxGeometry y="70" width="220" height="22" as="geometry"/></mxCell>
+         <mxCell id="address-c3" value="line1" style="text;strokeColor=none;fillColor=none;align=left;verticalAlign=top;spacingLeft=6;spacingRight=6;overflow=hidden;rotatable=0;points=[[0,0.5],[1,0.5]];portConstraint=eastwest;fontColor=#333333;html=1;" vertex="1" parent="address"><mxGeometry y="92" width="220" height="22" as="geometry"/></mxCell>
+         <mxCell id="address-c4" value="city" style="text;strokeColor=none;fillColor=none;align=left;verticalAlign=top;spacingLeft=6;spacingRight=6;overflow=hidden;rotatable=0;points=[[0,0.5],[1,0.5]];portConstraint=eastwest;fontColor=#333333;html=1;" vertex="1" parent="address"><mxGeometry y="114" width="220" height="22" as="geometry"/></mxCell>
+         <mxCell id="address-c5" value="postalCode" style="text;strokeColor=none;fillColor=none;align=left;verticalAlign=top;spacingLeft=6;spacingRight=6;overflow=hidden;rotatable=0;points=[[0,0.5],[1,0.5]];portConstraint=eastwest;fontColor=#333333;html=1;" vertex="1" parent="address"><mxGeometry y="136" width="220" height="22" as="geometry"/></mxCell>
+         <mxCell id="address-c6" value="isDefault" style="text;strokeColor=none;fillColor=none;align=left;verticalAlign=top;spacingLeft=6;spacingRight=6;overflow=hidden;rotatable=0;points=[[0,0.5],[1,0.5]];portConstraint=eastwest;fontColor=#333333;html=1;" vertex="1" parent="address"><mxGeometry y="158" width="220" height="22" as="geometry"/></mxCell>
+         <mxCell id="promotion" value="promotions" style="swimlane;fontStyle=1;align=center;verticalAlign=top;childLayout=stackLayout;horizontal=1;startSize=26;horizontalStack=0;resizeParent=1;resizeParentMax=0;html=1;fillColor=#FFFFFF;strokeColor=#555555;fontColor=#333333;collapsible=0;" vertex="1" parent="1"><mxGeometry x="640" y="40" width="220" height="158" as="geometry"/></mxCell>
+         <mxCell id="promotion-c0" value="PK promoId" style="text;strokeColor=none;fillColor=none;align=left;verticalAlign=top;spacingLeft=6;spacingRight=6;overflow=hidden;rotatable=0;points=[[0,0.5],[1,0.5]];portConstraint=eastwest;fontColor=#333333;html=1;" vertex="1" parent="promotion"><mxGeometry y="26" width="220" height="22" as="geometry"/></mxCell>
+         <mxCell id="promotion-c1" value="title" style="text;strokeColor=none;fillColor=none;align=left;verticalAlign=top;spacingLeft=6;spacingRight=6;overflow=hidden;rotatable=0;points=[[0,0.5],[1,0.5]];portConstraint=eastwest;fontColor=#333333;html=1;" vertex="1" parent="promotion"><mxGeometry y="48" width="220" height="22" as="geometry"/></mxCell>
+         <mxCell id="promotion-c2" value="code" style="text;strokeColor=none;fillColor=none;align=left;verticalAlign=top;spacingLeft=6;spacingRight=6;overflow=hidden;rotatable=0;points=[[0,0.5],[1,0.5]];portConstraint=eastwest;fontColor=#333333;html=1;" vertex="1" parent="promotion"><mxGeometry y="70" width="220" height="22" as="geometry"/></mxCell>
+         <mxCell id="promotion-c3" value="discountPercent" style="text;strokeColor=none;fillColor=none;align=left;verticalAlign=top;spacingLeft=6;spacingRight=6;overflow=hidden;rotatable=0;points=[[0,0.5],[1,0.5]];portConstraint=eastwest;fontColor=#333333;html=1;" vertex="1" parent="promotion"><mxGeometry y="92" width="220" height="22" as="geometry"/></mxCell>
+         <mxCell id="promotion-c4" value="validFrom" style="text;strokeColor=none;fillColor=none;align=left;verticalAlign=top;spacingLeft=6;spacingRight=6;overflow=hidden;rotatable=0;points=[[0,0.5],[1,0.5]];portConstraint=eastwest;fontColor=#333333;html=1;" vertex="1" parent="promotion"><mxGeometry y="114" width="220" height="22" as="geometry"/></mxCell>
+         <mxCell id="promotion-c5" value="validTo" style="text;strokeColor=none;fillColor=none;align=left;verticalAlign=top;spacingLeft=6;spacingRight=6;overflow=hidden;rotatable=0;points=[[0,0.5],[1,0.5]];portConstraint=eastwest;fontColor=#333333;html=1;" vertex="1" parent="promotion"><mxGeometry y="136" width="220" height="22" as="geometry"/></mxCell>
+         <mxCell id="orderitem" value="order_items" style="swimlane;fontStyle=1;align=center;verticalAlign=top;childLayout=stackLayout;horizontal=1;startSize=26;horizontalStack=0;resizeParent=1;resizeParentMax=0;html=1;fillColor=#FFFFFF;strokeColor=#555555;fontColor=#333333;collapsible=0;" vertex="1" parent="1"><mxGeometry x="940" y="220" width="220" height="202" as="geometry"/></mxCell>
+         <mxCell id="orderitem-c0" value="PK orderItemId" style="text;strokeColor=none;fillColor=none;align=left;verticalAlign=top;spacingLeft=6;spacingRight=6;overflow=hidden;rotatable=0;points=[[0,0.5],[1,0.5]];portConstraint=eastwest;fontColor=#333333;html=1;" vertex="1" parent="orderitem"><mxGeometry y="26" width="220" height="22" as="geometry"/></mxCell>
+         <mxCell id="orderitem-c1" value="FK orderId" style="text;strokeColor=none;fillColor=none;align=left;verticalAlign=top;spacingLeft=6;spacingRight=6;overflow=hidden;rotatable=0;points=[[0,0.5],[1,0.5]];portConstraint=eastwest;fontColor=#333333;html=1;" vertex="1" parent="orderitem"><mxGeometry y="48" width="220" height="22" as="geometry"/></mxCell>
+         <mxCell id="orderitem-c2" value="FK productId" style="text;strokeColor=none;fillColor=none;align=left;verticalAlign=top;spacingLeft=6;spacingRight=6;overflow=hidden;rotatable=0;points=[[0,0.5],[1,0.5]];portConstraint=eastwest;fontColor=#333333;html=1;" vertex="1" parent="orderitem"><mxGeometry y="70" width="220" height="22" as="geometry"/></mxCell>
+         <mxCell id="orderitem-c3" value="quantity" style="text;strokeColor=none;fillColor=none;align=left;verticalAlign=top;spacingLeft=6;spacingRight=6;overflow=hidden;rotatable=0;points=[[0,0.5],[1,0.5]];portConstraint=eastwest;fontColor=#333333;html=1;" vertex="1" parent="orderitem"><mxGeometry y="92" width="220" height="22" as="geometry"/></mxCell>
+         <mxCell id="orderitem-c4" value="paperType" style="text;strokeColor=none;fillColor=none;align=left;verticalAlign=top;spacingLeft=6;spacingRight=6;overflow=hidden;rotatable=0;points=[[0,0.5],[1,0.5]];portConstraint=eastwest;fontColor=#333333;html=1;" vertex="1" parent="orderitem"><mxGeometry y="114" width="220" height="22" as="geometry"/></mxCell>
+         <mxCell id="orderitem-c5" value="size" style="text;strokeColor=none;fillColor=none;align=left;verticalAlign=top;spacingLeft=6;spacingRight=6;overflow=hidden;rotatable=0;points=[[0,0.5],[1,0.5]];portConstraint=eastwest;fontColor=#333333;html=1;" vertex="1" parent="orderitem"><mxGeometry y="136" width="220" height="22" as="geometry"/></mxCell>
+         <mxCell id="orderitem-c6" value="unitPrice" style="text;strokeColor=none;fillColor=none;align=left;verticalAlign=top;spacingLeft=6;spacingRight=6;overflow=hidden;rotatable=0;points=[[0,0.5],[1,0.5]];portConstraint=eastwest;fontColor=#333333;html=1;" vertex="1" parent="orderitem"><mxGeometry y="158" width="220" height="22" as="geometry"/></mxCell>
+         <mxCell id="orderitem-c7" value="designPath" style="text;strokeColor=none;fillColor=none;align=left;verticalAlign=top;spacingLeft=6;spacingRight=6;overflow=hidden;rotatable=0;points=[[0,0.5],[1,0.5]];portConstraint=eastwest;fontColor=#333333;html=1;" vertex="1" parent="orderitem"><mxGeometry y="180" width="220" height="22" as="geometry"/></mxCell>
+         <mxCell id="product" value="products" style="swimlane;fontStyle=1;align=center;verticalAlign=top;childLayout=stackLayout;horizontal=1;startSize=26;horizontalStack=0;resizeParent=1;resizeParentMax=0;html=1;fillColor=#FFFFFF;strokeColor=#555555;fontColor=#333333;collapsible=0;" vertex="1" parent="1"><mxGeometry x="940" y="480" width="220" height="158" as="geometry"/></mxCell>
+         <mxCell id="product-c0" value="PK productId" style="text;strokeColor=none;fillColor=none;align=left;verticalAlign=top;spacingLeft=6;spacingRight=6;overflow=hidden;rotatable=0;points=[[0,0.5],[1,0.5]];portConstraint=eastwest;fontColor=#333333;html=1;" vertex="1" parent="product"><mxGeometry y="26" width="220" height="22" as="geometry"/></mxCell>
+         <mxCell id="product-c1" value="FK categoryId" style="text;strokeColor=none;fillColor=none;align=left;verticalAlign=top;spacingLeft=6;spacingRight=6;overflow=hidden;rotatable=0;points=[[0,0.5],[1,0.5]];portConstraint=eastwest;fontColor=#333333;html=1;" vertex="1" parent="product"><mxGeometry y="48" width="220" height="22" as="geometry"/></mxCell>
+         <mxCell id="product-c2" value="name" style="text;strokeColor=none;fillColor=none;align=left;verticalAlign=top;spacingLeft=6;spacingRight=6;overflow=hidden;rotatable=0;points=[[0,0.5],[1,0.5]];portConstraint=eastwest;fontColor=#333333;html=1;" vertex="1" parent="product"><mxGeometry y="70" width="220" height="22" as="geometry"/></mxCell>
+         <mxCell id="product-c3" value="basePrice" style="text;strokeColor=none;fillColor=none;align=left;verticalAlign=top;spacingLeft=6;spacingRight=6;overflow=hidden;rotatable=0;points=[[0,0.5],[1,0.5]];portConstraint=eastwest;fontColor=#333333;html=1;" vertex="1" parent="product"><mxGeometry y="92" width="220" height="22" as="geometry"/></mxCell>
+         <mxCell id="product-c4" value="material" style="text;strokeColor=none;fillColor=none;align=left;verticalAlign=top;spacingLeft=6;spacingRight=6;overflow=hidden;rotatable=0;points=[[0,0.5],[1,0.5]];portConstraint=eastwest;fontColor=#333333;html=1;" vertex="1" parent="product"><mxGeometry y="114" width="220" height="22" as="geometry"/></mxCell>
+         <mxCell id="product-c5" value="imageRef" style="text;strokeColor=none;fillColor=none;align=left;verticalAlign=top;spacingLeft=6;spacingRight=6;overflow=hidden;rotatable=0;points=[[0,0.5],[1,0.5]];portConstraint=eastwest;fontColor=#333333;html=1;" vertex="1" parent="product"><mxGeometry y="136" width="220" height="22" as="geometry"/></mxCell>
+         <mxCell id="category" value="categories" style="swimlane;fontStyle=1;align=center;verticalAlign=top;childLayout=stackLayout;horizontal=1;startSize=26;horizontalStack=0;resizeParent=1;resizeParentMax=0;html=1;fillColor=#FFFFFF;strokeColor=#555555;fontColor=#333333;collapsible=0;" vertex="1" parent="1"><mxGeometry x="1240" y="480" width="220" height="114" as="geometry"/></mxCell>
+         <mxCell id="category-c0" value="PK categoryId" style="text;strokeColor=none;fillColor=none;align=left;verticalAlign=top;spacingLeft=6;spacingRight=6;overflow=hidden;rotatable=0;points=[[0,0.5],[1,0.5]];portConstraint=eastwest;fontColor=#333333;html=1;" vertex="1" parent="category"><mxGeometry y="26" width="220" height="22" as="geometry"/></mxCell>
+         <mxCell id="category-c1" value="name" style="text;strokeColor=none;fillColor=none;align=left;verticalAlign=top;spacingLeft=6;spacingRight=6;overflow=hidden;rotatable=0;points=[[0,0.5],[1,0.5]];portConstraint=eastwest;fontColor=#333333;html=1;" vertex="1" parent="category"><mxGeometry y="48" width="220" height="22" as="geometry"/></mxCell>
+         <mxCell id="category-c2" value="description" style="text;strokeColor=none;fillColor=none;align=left;verticalAlign=top;spacingLeft=6;spacingRight=6;overflow=hidden;rotatable=0;points=[[0,0.5],[1,0.5]];portConstraint=eastwest;fontColor=#333333;html=1;" vertex="1" parent="category"><mxGeometry y="70" width="220" height="22" as="geometry"/></mxCell>
+         <mxCell id="category-c3" value="iconRef" style="text;strokeColor=none;fillColor=none;align=left;verticalAlign=top;spacingLeft=6;spacingRight=6;overflow=hidden;rotatable=0;points=[[0,0.5],[1,0.5]];portConstraint=eastwest;fontColor=#333333;html=1;" vertex="1" parent="category"><mxGeometry y="92" width="220" height="22" as="geometry"/></mxCell>
+         <mxCell id="e1" value="" style="edgeStyle=orthogonalEdgeStyle;rounded=0;html=1;strokeColor=#555555;fontColor=#333333;startArrow=ERone;startFill=0;endArrow=ERmany;endFill=0;exitX=0.5;exitY=0;exitDx=0;exitDy=0;entryX=0.5;entryY=1;entryDx=0;entryDy=0;" edge="1" parent="1" source="user" target="notification"><mxGeometry relative="1" as="geometry"></mxGeometry></mxCell>
+         <mxCell id="e2" value="" style="edgeStyle=orthogonalEdgeStyle;rounded=0;html=1;strokeColor=#555555;fontColor=#333333;startArrow=ERone;startFill=0;endArrow=ERmany;endFill=0;exitX=0.5;exitY=1;exitDx=0;exitDy=0;entryX=0.5;entryY=0;entryDx=0;entryDy=0;" edge="1" parent="1" source="user" target="address"><mxGeometry relative="1" as="geometry"></mxGeometry></mxCell>
+         <mxCell id="e3" value="" style="edgeStyle=orthogonalEdgeStyle;rounded=0;html=1;strokeColor=#555555;fontColor=#333333;startArrow=ERone;startFill=0;endArrow=ERmany;endFill=0;exitX=0;exitY=0.5;exitDx=0;exitDy=0;entryX=1;entryY=0.5;entryDx=0;entryDy=0;" edge="1" parent="1" source="user" target="saveddesign"><mxGeometry relative="1" as="geometry"></mxGeometry></mxCell>
+         <mxCell id="e4" value="" style="edgeStyle=orthogonalEdgeStyle;rounded=0;html=1;strokeColor=#555555;fontColor=#333333;startArrow=ERone;startFill=0;endArrow=ERmany;endFill=0;exitX=1;exitY=0.5;exitDx=0;exitDy=0;entryX=0;entryY=0.5;entryDx=0;entryDy=0;" edge="1" parent="1" source="user" target="orders"><mxGeometry relative="1" as="geometry"></mxGeometry></mxCell>
+         <mxCell id="e5" value="" style="edgeStyle=orthogonalEdgeStyle;rounded=0;html=1;strokeColor=#555555;fontColor=#333333;startArrow=ERone;startFill=0;endArrow=ERmany;endFill=0;exitX=0.5;exitY=1;exitDx=0;exitDy=0;entryX=0.5;entryY=0;entryDx=0;entryDy=0;" edge="1" parent="1" source="promotion" target="orders"><mxGeometry relative="1" as="geometry"></mxGeometry></mxCell>
+         <mxCell id="e6" value="" style="edgeStyle=orthogonalEdgeStyle;rounded=0;html=1;strokeColor=#555555;fontColor=#333333;startArrow=ERone;startFill=0;endArrow=ERmany;endFill=0;exitX=1;exitY=0.5;exitDx=0;exitDy=0;entryX=0;entryY=0.5;entryDx=0;entryDy=0;" edge="1" parent="1" source="orders" target="orderitem"><mxGeometry relative="1" as="geometry"></mxGeometry></mxCell>
+         <mxCell id="e7" value="" style="edgeStyle=orthogonalEdgeStyle;rounded=0;html=1;strokeColor=#555555;fontColor=#333333;startArrow=ERone;startFill=0;endArrow=ERmany;endFill=0;exitX=0.5;exitY=0;exitDx=0;exitDy=0;entryX=0.5;entryY=1;entryDx=0;entryDy=0;" edge="1" parent="1" source="product" target="orderitem"><mxGeometry relative="1" as="geometry"></mxGeometry></mxCell>
+         <mxCell id="e8" value="" style="edgeStyle=orthogonalEdgeStyle;rounded=0;html=1;strokeColor=#555555;fontColor=#333333;startArrow=ERone;startFill=0;endArrow=ERmany;endFill=0;exitX=0;exitY=0.5;exitDx=0;exitDy=0;entryX=1;entryY=0.5;entryDx=0;entryDy=0;" edge="1" parent="1" source="category" target="product"><mxGeometry relative="1" as="geometry"></mxGeometry></mxCell>
+         <mxCell id="e9" value="" style="edgeStyle=orthogonalEdgeStyle;rounded=0;html=1;strokeColor=#555555;fontColor=#333333;startArrow=ERone;startFill=0;endArrow=ERmany;endFill=0;exitX=1;exitY=0.5;exitDx=0;exitDy=0;entryX=0.5;entryY=1;entryDx=0;entryDy=0;" edge="1" parent="1" source="address" target="orders"><mxGeometry relative="1" as="geometry"><Array as="points"><mxPoint x="750" y="510"/></Array></mxGeometry></mxCell>
      </root>
    </mxGraphModel>
  </diagram>
</mxfile>
